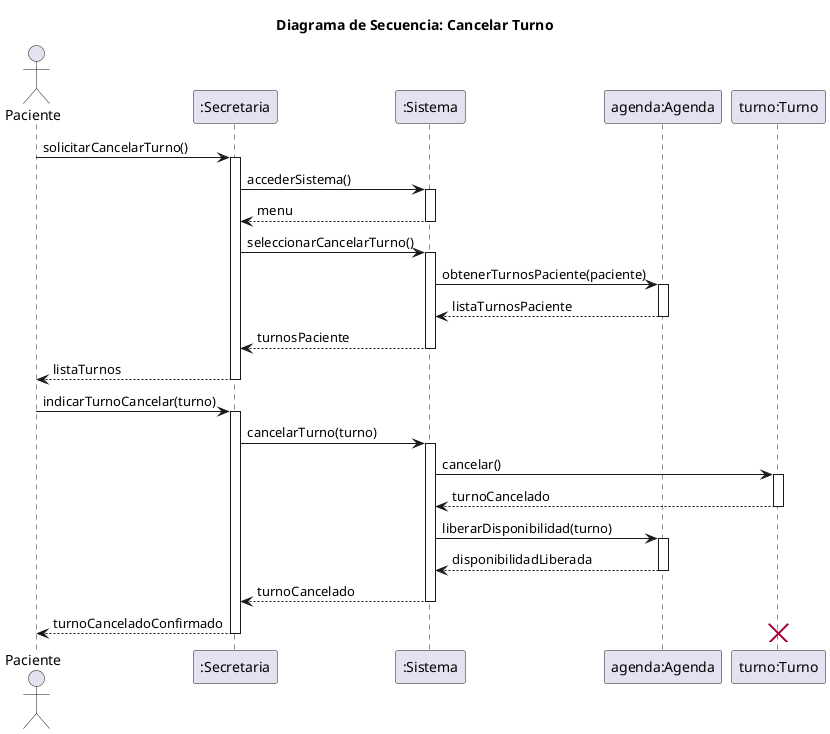
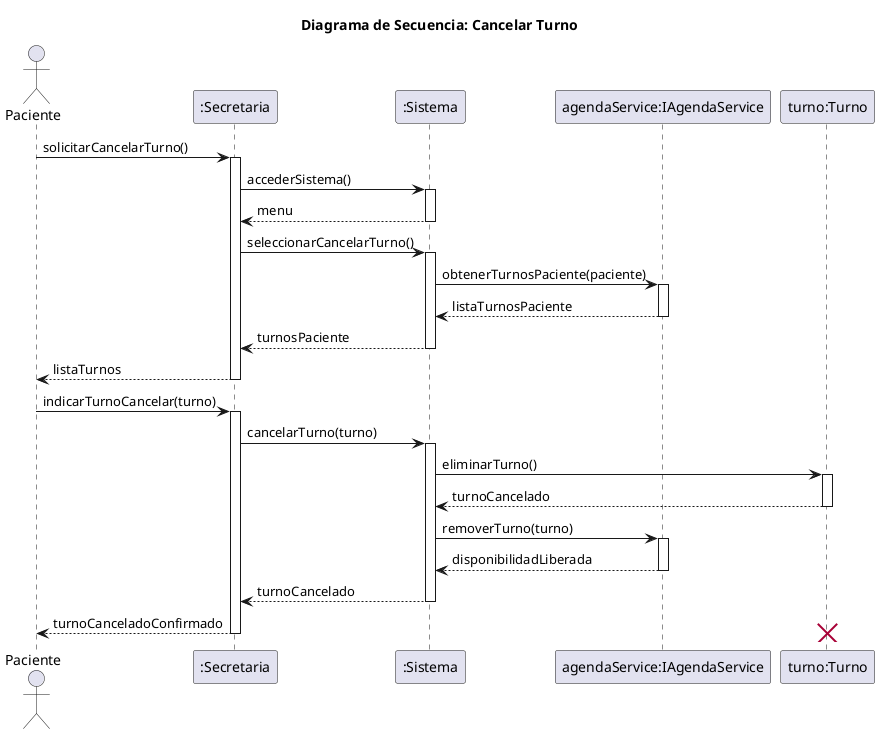
@startuml
title Diagrama de Secuencia: Cancelar Turno

actor Paciente
participant ":Secretaria" as secretaria
participant ":Sistema" as sistema
- participant "agenda:Agenda" as agenda
+ participant "agendaService:IAgendaService" as agendaService
participant "turno:Turno" as turno

Paciente -> secretaria: solicitarCancelarTurno()
activate secretaria
secretaria -> sistema: accederSistema()
activate sistema
sistema --> secretaria: menu
deactivate sistema
secretaria -> sistema: seleccionarCancelarTurno()
activate sistema
- sistema -> agenda: obtenerTurnosPaciente(paciente)
- activate agenda
- agenda --> sistema: listaTurnosPaciente
- deactivate agenda
+ sistema -> agendaService: obtenerTurnosPaciente(paciente)
+ activate agendaService
+ agendaService --> sistema: listaTurnosPaciente
+ deactivate agendaService
sistema --> secretaria: turnosPaciente
deactivate sistema
secretaria --> Paciente: listaTurnos
deactivate secretaria

Paciente -> secretaria: indicarTurnoCancelar(turno)
activate secretaria
secretaria -> sistema: cancelarTurno(turno)
activate sistema
- sistema -> turno: cancelar()
+ sistema -> turno: eliminarTurno()
activate turno
turno --> sistema: turnoCancelado
deactivate turno
- sistema -> agenda: liberarDisponibilidad(turno)
- activate agenda
- agenda --> sistema: disponibilidadLiberada
- deactivate agenda
+ sistema -> agendaService: removerTurno(turno)
+ activate agendaService
+ agendaService --> sistema: disponibilidadLiberada
+ deactivate agendaService
sistema --> secretaria: turnoCancelado
deactivate sistema
secretaria --> Paciente: turnoCanceladoConfirmado
deactivate secretaria

destroy turno
@enduml